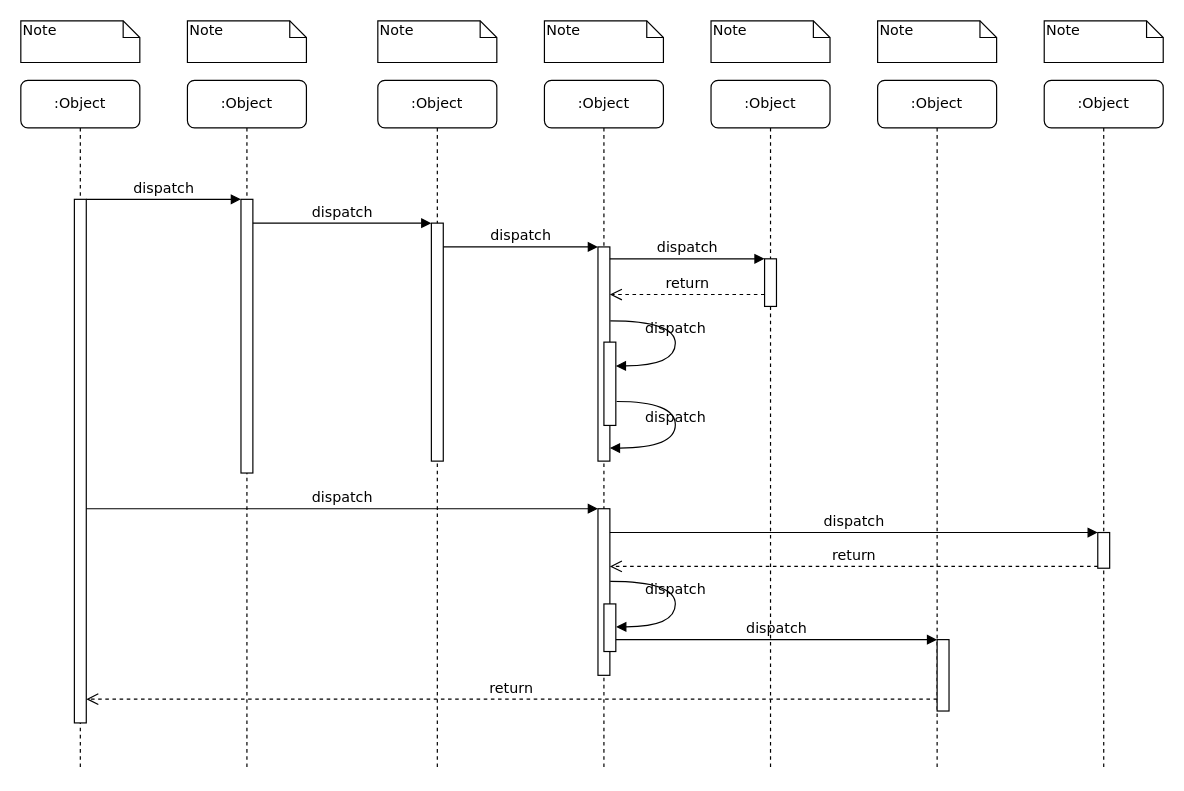
The draw.io diagram Диаграмма без названия.drawio in Leewhocan/ytfzf, before the edit. Source tidied: cells renumbered, new cells numbered last; positions are measured from the earlier drawing's top-left corner, leaving out a move shared by most shapes. Both pictures are drawn from the tidied source at 119%, with x=0, y=0 at pixel (20, 20).
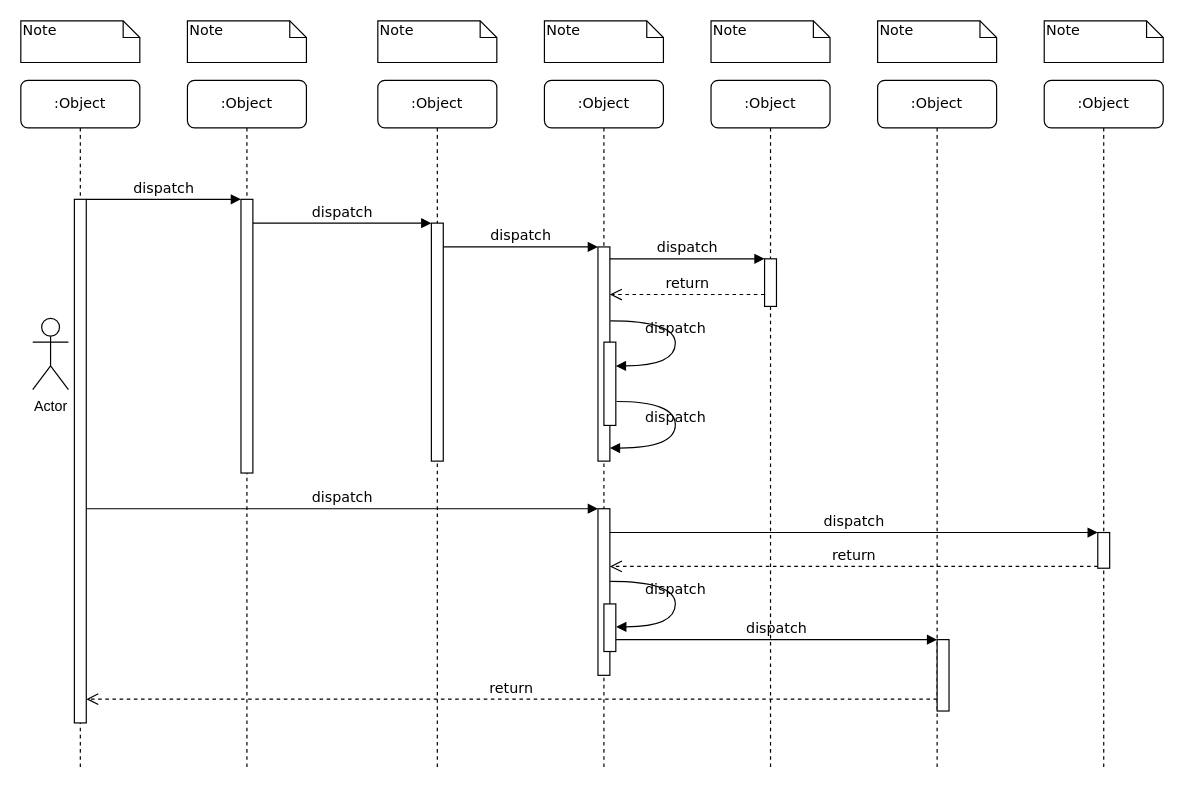
The same page after the edit.

The change refers to these unchanged cells:
```xml
<mxCell id="10" value=":Object" style="shape=umlLifeline;perimeter=lifelinePerimeter;whiteSpace=wrap;html=1;rounded=1;shadow=0;comic=0;labelBackgroundColor=none;strokeWidth=1;fontFamily=Verdana;fontSize=12;align=center;" parent="1" vertex="1">
  <mxGeometry y="50" width="100" height="580" as="geometry" />
</mxCell>
```

Change to the diagram source:
```diff
@@
+    <mxCell id="39" value="Actor" style="shape=umlActor;verticalLabelPosition=bottom;verticalAlign=top;html=1;" parent="10" vertex="1">
+      <mxGeometry x="10" y="200" width="30" height="60" as="geometry" />
+    </mxCell>
```
